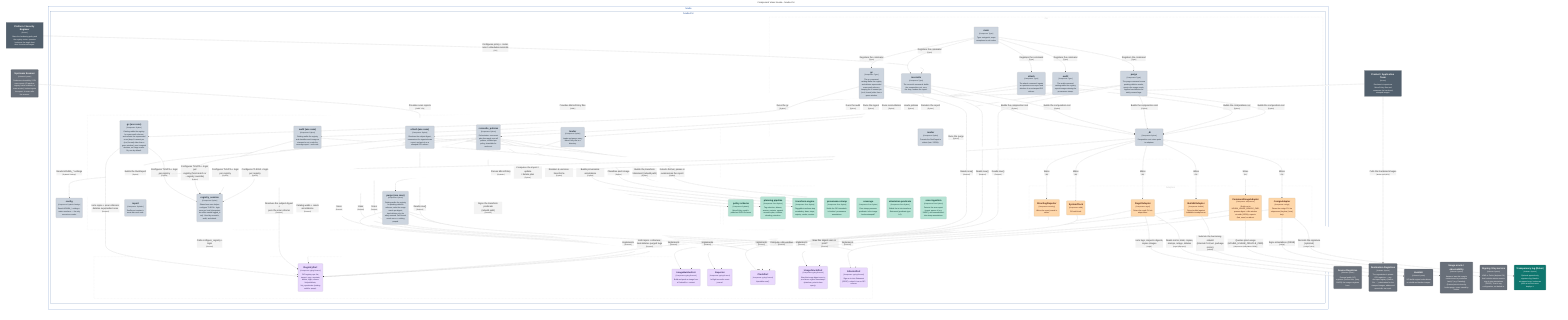
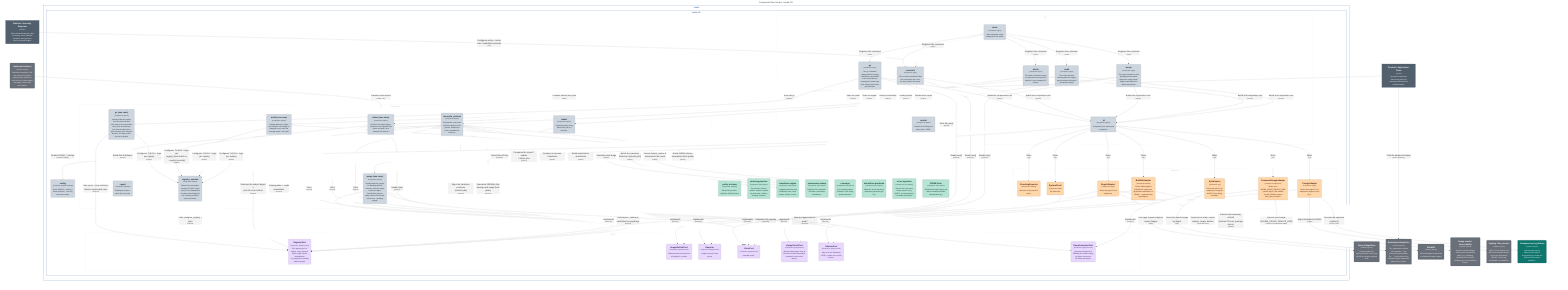
graph LR
  linkStyle default fill:#ffffff

  subgraph diagram ["Component View: houba - houba CLI"]
    style diagram fill:#ffffff,stroke:#ffffff

    1["<div style='font-weight: bold'>Platform / Security Engineer</div><div style='font-size: 70%; margin-top: 0px'>[Person]</div><div style='font-size: 80%; margin-top:10px'>Owns the hardening policy and<br />the registry roster; operates<br />houba as the single front<br />door for external images.</div>"]
    style 1 fill:#52606d,stroke:#39434c,color:#ffffff
    2["<div style='font-weight: bold'>Product / Application Team</div><div style='font-size: 70%; margin-top: 0px'>[Person]</div><div style='font-size: 80%; margin-top:10px'>Declares its imports as<br />MirrorPolicy files and<br />consumes the hardened,<br />stamped images.</div>"]
    style 2 fill:#52606d,stroke:#39434c,color:#ffffff

    44("<div style='font-weight: bold'>Source Registries</div><div style='font-size: 70%; margin-top: 0px'>[Software System]</div><div style='font-size: 80%; margin-top:10px'>External public OCI<br />registries (Docker Hub, Quay,<br />GHCR) the images originate<br />from.</div>")
    style 44 fill:#69707a,stroke:#494e55,color:#ffffff
    45("<div style='font-weight: bold'>Destination Registries</div><div style='font-size: 70%; margin-top: 0px'>[Software System]</div><div style='font-size: 80%; margin-top:10px'>The organization's private<br />OCI registries — any<br />dist-spec registry (Harbor,<br />Zot, …); destination for the<br />stamped images, addressed<br />generically via regctl.</div>")
    style 45 fill:#69707a,stroke:#494e55,color:#ffffff
    46("<div style='font-weight: bold'>BuildKit</div><div style='font-size: 70%; margin-top: 0px'>[Software System]</div><div style='font-size: 80%; margin-top:10px'>OCI build engine houba drives<br />to rebuild and harden images.</div>")
    style 46 fill:#69707a,stroke:#494e55,color:#ffffff
    50("<div style='font-weight: bold'>Usage oracle / observability</div><div style='font-size: 70%; margin-top: 0px'>[Software System]</div><div style='font-size: 80%; margin-top:10px'>Answers 'was this image's<br />content seen in production<br />lately?' (e.g. Datadog).<br />Queried point-in-time by<br />houba purge; never owned by<br />houba.</div>")
    style 50 fill:#69707a,stroke:#494e55,color:#ffffff
    51("<div style='font-weight: bold'>Signing / Key service</div><div style='font-size: 70%; margin-top: 0px'>[Software System]</div><div style='font-size: 80%; margin-top:10px'>KMS or Fulcio (keyless CA)<br />that houba's attestor uses to<br />sign in-toto attestations<br />(DSSE). Trust is org<br />configuration, not baked in.</div>")
    style 51 fill:#69707a,stroke:#494e55,color:#ffffff
    52("<div style='font-weight: bold'>Transparency log (Rekor)</div><div style='font-size: 70%; margin-top: 0px'>[Software System]</div><div style='font-size: 80%; margin-top:10px'>Optional append-only<br />signature log; blank in<br />air-gapped orgs. houba can<br />point at one but never<br />deploys it.</div>")
    style 52 fill:#0f766e,stroke:#0a524d,color:#ffffff
    53("<div style='font-weight: bold'>Upstream Scanner</div><div style='font-size: 70%; margin-top: 0px'>[Software System]</div><div style='font-size: 80%; margin-top:10px'>Produces vulnerability / EOL<br />scan reports (CI pipeline,<br />registry-native scanner, or<br />scan service). houba ingests<br />the report; it never calls<br />the scanner.</div>")
    style 53 fill:#69707a,stroke:#494e55,color:#ffffff

    subgraph 4 ["houba"]
      style 4 fill:#ffffff,stroke:#154da4,color:#154da4

      subgraph 5 ["houba CLI"]
        style 5 fill:#ffffff,stroke:#19458c,color:#19458c

        subgraph group1 ["Adapters"]
          style group1 fill:#ffffff,stroke:#cccccc,color:#cccccc,stroke-dasharray:5

          32("<div style='font-weight: bold'>RegctlAdapter</div><div style='font-size: 70%; margin-top: 0px'>[Component: regctl]</div><div style='font-size: 80%; margin-top:10px'>Drives the regctl CLI via<br />subprocess.</div>")
          style 32 fill:#fed7aa,stroke:#b19676,color:#4a1b0c
-           33("<div style='font-weight: bold'>BuildkitAdapter</div><div style='font-size: 70%; margin-top: 0px'>[Component: buildctl]</div><div style='font-size: 80%; margin-top:10px'>Drives buildctl against<br />buildkitd via subprocess.</div>")
+           33("<div style='font-weight: bold'>BuildkitAdapter</div><div style='font-size: 70%; margin-top: 0px'>[Component: buildctl]</div><div style='font-size: 80%; margin-top:10px'>Drives buildctl against<br />buildkitd via subprocess<br />(provenance attestation; no<br />SBOM — superseded by<br />SyftAdapter).</div>")
          style 33 fill:#fed7aa,stroke:#b19676,color:#4a1b0c
          34("<div style='font-weight: bold'>StructlogReporter</div><div style='font-size: 70%; margin-top: 0px'>[Component: structlog]</div><div style='font-size: 80%; margin-top:10px'>Writes the event journal to<br />stderr.</div>")
          style 34 fill:#fed7aa,stroke:#b19676,color:#4a1b0c
          35("<div style='font-weight: bold'>SystemClock</div><div style='font-size: 70%; margin-top: 0px'>[Component: stdlib]</div><div style='font-size: 80%; margin-top:10px'>OS wall clock.</div>")
          style 35 fill:#fed7aa,stroke:#b19676,color:#4a1b0c
          36("<div style='font-weight: bold'>CommandUsageAdapter</div><div style='font-size: 70%; margin-top: 0px'>[Component: subprocess]</div><div style='font-size: 80%; margin-top:10px'>Shells out to<br />HOUBA_USAGE_ORACLE_CMD;<br />passes digest + idle window<br />via stdin (JSON); expects<br />{last_seen} on stdout.</div>")
          style 36 fill:#fed7aa,stroke:#b19676,color:#4a1b0c
          37("<div style='font-weight: bold'>CosignAdapter</div><div style='font-size: 70%; margin-top: 0px'>[Component: cosign]</div><div style='font-size: 80%; margin-top:10px'>Drives the cosign CLI via<br />subprocess (keyless | kms |<br />key).</div>")
          style 37 fill:#fed7aa,stroke:#b19676,color:#4a1b0c
+           58("<div style='font-weight: bold'>SyftAdapter</div><div style='font-size: 70%; margin-top: 0px'>[Component: syft]</div><div style='font-size: 80%; margin-top:10px'>Drives the syft CLI via<br />subprocess; config-file<br />auth/TLS; lazy binary<br />resolution.</div>")
+           style 58 fill:#fed7aa,stroke:#b19676,color:#4a1b0c
        end

        subgraph group2 ["CLI"]
          style group2 fill:#ffffff,stroke:#cccccc,color:#cccccc,stroke-dasharray:5

          10("<div style='font-weight: bold'>attach</div><div style='font-size: 70%; margin-top: 0px'>[Component: Typer]</div><div style='font-size: 80%; margin-top:10px'>The attach command: ingests<br />an upstream scan report and<br />attaches it as a stamped OCI<br />referrer.</div>")
          style 10 fill:#cdd5df,stroke:#8f959c,color:#1f2933
          11("<div style='font-weight: bold'>render</div><div style='font-size: 70%; margin-top: 0px'>[Component: Python]</div><div style='font-size: 80%; margin-top:10px'>Formats the RunReport to<br />stdout (text / JSON).</div>")
          style 11 fill:#cdd5df,stroke:#8f959c,color:#1f2933
          12("<div style='font-weight: bold'>_di</div><div style='font-size: 70%; margin-top: 0px'>[Component: Python]</div><div style='font-size: 80%; margin-top:10px'>Composition root: wires ports<br />to adapters.</div>")
          style 12 fill:#cdd5df,stroke:#8f959c,color:#1f2933
          6("<div style='font-weight: bold'>main</div><div style='font-size: 70%; margin-top: 0px'>[Component: Typer]</div><div style='font-size: 80%; margin-top:10px'>Typer entrypoint; maps<br />exceptions to exit codes.</div>")
          style 6 fill:#cdd5df,stroke:#8f959c,color:#1f2933
          7("<div style='font-weight: bold'>reconcile</div><div style='font-size: 70%; margin-top: 0px'>[Component: Typer]</div><div style='font-size: 80%; margin-top:10px'>The reconcile command: builds<br />the composition root, runs<br />the loop, renders the report.</div>")
          style 7 fill:#cdd5df,stroke:#8f959c,color:#1f2933
          8("<div style='font-weight: bold'>purge</div><div style='font-size: 70%; margin-top: 0px'>[Component: Typer]</div><div style='font-size: 80%; margin-top:10px'>The purge command: scans<br />pending-deletion marks,<br />queries the usage oracle,<br />applies hard-deletes for<br />safely-unused tags.</div>")
          style 8 fill:#cdd5df,stroke:#8f959c,color:#1f2933
          9("<div style='font-weight: bold'>audit</div><div style='font-size: 70%; margin-top: 0px'>[Component: Typer]</div><div style='font-size: 80%; margin-top:10px'>The audit command:<br />catalog-walks the registry,<br />reports images missing the<br />provenance stamp.</div>")
          style 9 fill:#cdd5df,stroke:#8f959c,color:#1f2933
          55("<div style='font-weight: bold'>gc</div><div style='font-size: 70%; margin-top: 0px'>[Component: Typer]</div><div style='font-size: 80%; margin-top:10px'>The gc command:<br />catalog-walks the registry<br />and deletes superseded<br />scan-result referrers,<br />keeping the N newest per<br />(tool, format) older than a<br />grace window.</div>")
          style 55 fill:#cdd5df,stroke:#8f959c,color:#1f2933
        end

        subgraph group3 ["Domain (pure)"]
          style group3 fill:#ffffff,stroke:#cccccc,color:#cccccc,stroke-dasharray:5

          19("<div style='font-weight: bold'>policy schema</div><div style='font-size: 70%; margin-top: 0px'>[Component: Pydantic]</div><div style='font-size: 80%; margin-top:10px'>MirrorPolicy model +<br />published JSON Schema.</div>")
          style 19 fill:#b6e3d4,stroke:#7f9e94,color:#04342c
          20("<div style='font-weight: bold'>planning pipeline</div><div style='font-size: 70%; margin-top: 0px'>[Component: Pure Python]</div><div style='font-size: 80%; margin-top:10px'>Tag selection, aliases,<br />semver, variants, expand,<br />reconcile plan, collision,<br />sharding, retention.</div>")
          style 20 fill:#b6e3d4,stroke:#7f9e94,color:#04342c
          21("<div style='font-weight: bold'>transform engine</div><div style='font-size: 70%; margin-top: 0px'>[Component: Pure Python]</div><div style='font-size: 80%; margin-top:10px'>Pluggable transform-step<br />vocabulary: base, steps,<br />registry, render, version.</div>")
          style 21 fill:#b6e3d4,stroke:#7f9e94,color:#04342c
          22("<div style='font-weight: bold'>provenance stamp</div><div style='font-size: 70%; margin-top: 0px'>[Component: Pure Python]</div><div style='font-size: 80%; margin-top:10px'>Builds the OCI-standard +<br />io.houba.* provenance<br />annotations.</div>")
          style 22 fill:#b6e3d4,stroke:#7f9e94,color:#04342c
          23("<div style='font-weight: bold'>coverage</div><div style='font-size: 70%; margin-top: 0px'>[Component: Pure Python]</div><div style='font-size: 80%; margin-top:10px'>Pure stamp-presence<br />predicate: is the image<br />houba-stamped?</div>")
          style 23 fill:#b6e3d4,stroke:#7f9e94,color:#04342c
          24("<div style='font-weight: bold'>attestation predicate</div><div style='font-size: 70%; margin-top: 0px'>[Component: Pure Python]</div><div style='font-size: 80%; margin-top:10px'>Builds the in-toto transform<br />Statement (predicate type<br />/v1).</div>")
          style 24 fill:#b6e3d4,stroke:#7f9e94,color:#04342c
          25("<div style='font-weight: bold'>scan ingestion</div><div style='font-size: 70%; margin-top: 0px'>[Component: Pure Python]</div><div style='font-size: 80%; margin-top:10px'>Detects the scan-report<br />format, parses it (e.g.<br />SARIF), and summarizes it<br />into stamp annotations.</div>")
          style 25 fill:#b6e3d4,stroke:#7f9e94,color:#04342c
+           59("<div style='font-weight: bold'>SBOM facts</div><div style='font-size: 70%; margin-top: 0px'>[Component: Pure Python]</div><div style='font-size: 80%; margin-top:10px'>SBOM format media-types and<br />referrer annotation builder<br />(domain/sbom.py).</div>")
+           style 59 fill:#b6e3d4,stroke:#7f9e94,color:#04342c
        end

        subgraph group4 ["Ports"]
          style group4 fill:#ffffff,stroke:#cccccc,color:#cccccc,stroke-dasharray:5

          26("<div style='font-weight: bold'>RegistryPort</div><div style='font-size: 70%; margin-top: 0px'>[Component: typing.Protocol]</div><div style='font-size: 80%; margin-top:10px'>OCI registry ops: list,<br />inspect, copy, annotate,<br />delete, login, referrer<br />list/put/delete;<br />list_repositories (catalog<br />walk for purge).</div>")
          style 26 fill:#e9d8fd,stroke:#a397b1,color:#322659
          27("<div style='font-weight: bold'>ImageBuilderPort</div><div style='font-size: 70%; margin-top: 0px'>[Component: typing.Protocol]</div><div style='font-size: 80%; margin-top:10px'>Build and push an image from<br />a Dockerfile + context.</div>")
          style 27 fill:#e9d8fd,stroke:#a397b1,color:#322659
          28("<div style='font-weight: bold'>Reporter</div><div style='font-size: 70%; margin-top: 0px'>[Component: typing.Protocol]</div><div style='font-size: 80%; margin-top:10px'>In-flight reconcile event<br />journal.</div>")
          style 28 fill:#e9d8fd,stroke:#a397b1,color:#322659
          29("<div style='font-weight: bold'>ClockPort</div><div style='font-size: 70%; margin-top: 0px'>[Component: typing.Protocol]</div><div style='font-size: 80%; margin-top:10px'>Injectable now().</div>")
          style 29 fill:#e9d8fd,stroke:#a397b1,color:#322659
          30("<div style='font-weight: bold'>UsageOraclePort</div><div style='font-size: 70%; margin-top: 0px'>[Component: typing.Protocol]</div><div style='font-size: 80%; margin-top:10px'>Was this image digest seen in<br />prod since a given timestamp?<br />(stateless, point-in-time<br />query).</div>")
          style 30 fill:#e9d8fd,stroke:#a397b1,color:#322659
          31("<div style='font-weight: bold'>AttestorPort</div><div style='font-size: 70%; margin-top: 0px'>[Component: typing.Protocol]</div><div style='font-size: 80%; margin-top:10px'>Sign an in-toto Statement<br />(DSSE) + attach it as an OCI<br />referrer.</div>")
          style 31 fill:#e9d8fd,stroke:#a397b1,color:#322659
+           57("<div style='font-weight: bold'>SbomGeneratorPort</div><div style='font-size: 70%; margin-top: 0px'>[Component: typing.Protocol]</div><div style='font-size: 80%; margin-top:10px'>Generate package-level<br />SBOM(s) for a placed image<br />by digest; returns one<br />document per format.</div>")
+           style 57 fill:#e9d8fd,stroke:#a397b1,color:#322659
        end

        subgraph group5 ["Use cases"]
          style group5 fill:#ffffff,stroke:#cccccc,color:#cccccc,stroke-dasharray:5

          13("<div style='font-weight: bold'>loader</div><div style='font-size: 70%; margin-top: 0px'>[Component: Python]</div><div style='font-size: 80%; margin-top:10px'>Loads and parses every<br />MirrorPolicy file in a<br />directory.</div>")
          style 13 fill:#cdd5df,stroke:#8f959c,color:#1f2933
          14("<div style='font-weight: bold'>reconcile_policies</div><div style='font-size: 70%; margin-top: 0px'>[Component: Python]</div><div style='font-size: 80%; margin-top:10px'>Orchestrator: concurrent<br />plan-then-apply over all<br />policies, isolated per<br />policy, shardable for<br />scale-out.</div>")
          style 14 fill:#cdd5df,stroke:#8f959c,color:#1f2933
          15("<div style='font-weight: bold'>purge (use case)</div><div style='font-size: 70%; margin-top: 0px'>[Component: Python]</div><div style='font-size: 80%; margin-top:10px'>Catalog-walks the registry<br />for pending-deletion<br />referrers; asks the usage<br />oracle per digest;<br />hard-deletes only the<br />safely-unused. Fail-closed:<br />oracle error ⇒ nothing<br />purged.</div>")
          style 15 fill:#cdd5df,stroke:#8f959c,color:#1f2933
          16("<div style='font-weight: bold'>audit (use case)</div><div style='font-size: 70%; margin-top: 0px'>[Component: Python]</div><div style='font-size: 80%; margin-top:10px'>Catalog-walks the registry<br />and classifies each image as<br />stamped or not; emits the<br />coverage report + exit code.</div>")
          style 16 fill:#cdd5df,stroke:#8f959c,color:#1f2933
          17("<div style='font-weight: bold'>attach (use case)</div><div style='font-size: 70%; margin-top: 0px'>[Component: Python]</div><div style='font-size: 80%; margin-top:10px'>Resolves the subject digest,<br />summarizes the ingested scan<br />report, and puts it as a<br />stamped OCI referrer.</div>")
          style 17 fill:#cdd5df,stroke:#8f959c,color:#1f2933
          18("<div style='font-weight: bold'>report</div><div style='font-size: 70%; margin-top: 0px'>[Component: Pydantic]</div><div style='font-size: 80%; margin-top:10px'>RunReport contract +<br />worst-wins exit code.</div>")
          style 18 fill:#cdd5df,stroke:#8f959c,color:#1f2933
          54("<div style='font-weight: bold'>registry_session</div><div style='font-size: 70%; margin-top: 0px'>[Component: Python]</div><div style='font-size: 80%; margin-top:10px'>Shared use-case helper:<br />configure TLS/CA + login<br />once per host (idempotent<br />via caller-owned logged_in<br />set). Used by reconcile,<br />audit, and attach.</div>")
          style 54 fill:#cdd5df,stroke:#8f959c,color:#1f2933
          56("<div style='font-weight: bold'>gc (use case)</div><div style='font-size: 70%; margin-top: 0px'>[Component: Python]</div><div style='font-size: 80%; margin-top:10px'>Catalog-walks the registry<br />for scan-result referrers<br />and collects the superseded<br />ones (keep N newest per<br />(tool, format) older than a<br />grace window); pure temporal<br />decision, no usage oracle.<br />Dry-run by default.</div>")
          style 56 fill:#cdd5df,stroke:#8f959c,color:#1f2933
        end

        38("<div style='font-weight: bold'>config</div><div style='font-size: 70%; margin-top: 0px'>[Component: Pydantic Settings]</div><div style='font-size: 80%; margin-top:10px'>Reads HOUBA_* settings +<br />roster resolvers — the only<br />os.environ reader.</div>")
        style 38 fill:#cdd5df,stroke:#8f959c,color:#1f2933
      end

    end

    12-. "<div>Wires</div><div style='font-size: 70%'>[DI]</div>" .->34
    12-. "<div>Wires</div><div style='font-size: 70%'>[DI]</div>" .->35
    12-. "<div>Wires</div><div style='font-size: 70%'>[DI]</div>" .->36
    13-. "<div>Parses MirrorPolicy</div><div style='font-size: 70%'>[Pydantic]</div>" .->19
    14-. "<div>Builds the RunReport</div><div style='font-size: 70%'>[Python]</div>" .->18
    14-. "<div>Computes the import / update<br />/ delete plan</div><div style='font-size: 70%'>[Python]</div>" .->20
    14-. "<div>Renders & versions transforms</div><div style='font-size: 70%'>[Python]</div>" .->21
    14-. "<div>Builds provenance annotations</div><div style='font-size: 70%'>[Python]</div>" .->22
    14-. "<div>Uses</div><div style='font-size: 70%'>[Protocol]</div>" .->26
    14-. "<div>Uses</div><div style='font-size: 70%'>[Protocol]</div>" .->27
    14-. "<div>Uses</div><div style='font-size: 70%'>[Protocol]</div>" .->28
    15-. "<div>Lists repos + referrers;<br />hard-deletes purged tags</div><div style='font-size: 70%'>[Protocol]</div>" .->26
    15-. "<div>Was this digest seen in prod?</div><div style='font-size: 70%'>[Protocol]</div>" .->30
    15-. "<div>Computes idle window</div><div style='font-size: 70%'>[Protocol]</div>" .->29
    32-. "<div>Implements</div><div style='font-size: 70%'>[Protocol]</div>" .->26
    33-. "<div>Implements</div><div style='font-size: 70%'>[Protocol]</div>" .->27
    34-. "<div>Implements</div><div style='font-size: 70%'>[Protocol]</div>" .->28
    35-. "<div>Implements</div><div style='font-size: 70%'>[Protocol]</div>" .->29
    36-. "<div>Implements</div><div style='font-size: 70%'>[Protocol]</div>" .->30
    32-. "<div>Lists tags, inspects digests,<br />copies images</div><div style='font-size: 70%'>[regctl]</div>" .->44
    32-. "<div>Reads mirror state; copies,<br />stamps, retags, deletes</div><div style='font-size: 70%'>[regctl (dist-spec)]</div>" .->45
    33-. "<div>Submits the hardening rebuild<br />(internal CA trust, package<br />mirror)</div><div style='font-size: 70%'>[buildctl]</div>" .->46
    36-. "<div>Queries prod usage<br />(HOUBA_USAGE_ORACLE_CMD)</div><div style='font-size: 70%'>[subprocess (stdin/stdout JSON)]</div>" .->50
    14-. "<div>Builds the transform<br />Statement (rebuild path)</div><div style='font-size: 70%'>[Python]</div>" .->24
    14-. "<div>Signs the transform predicate<br />(rebuild path)</div><div style='font-size: 70%'>[Protocol]</div>" .->31
    12-. "<div>Wires</div><div style='font-size: 70%'>[DI]</div>" .->37
    37-. "<div>Implements</div><div style='font-size: 70%'>[Protocol]</div>" .->31
    37-. "<div>Signs attestations (DSSE)</div><div style='font-size: 70%'>[cosign]</div>" .->51
    37-. "<div>Records the signature<br />(optional)</div><div style='font-size: 70%'>[cosign / rekor]</div>" .->52
+     12-. "<div>Wires</div><div style='font-size: 70%'>[DI]</div>" .->58
+     58-. "<div>Implements</div><div style='font-size: 70%'>[Protocol]</div>" .->57
+     14-. "<div>Generates SBOM(s) after<br />placing each image (both<br />paths)</div><div style='font-size: 70%'>[Protocol]</div>" .->57
+     14-. "<div>Builds SBOM referrer<br />annotations (both paths)</div><div style='font-size: 70%'>[Python]</div>" .->59
+     58-. "<div>Scans the placed image<br />by digest</div><div style='font-size: 70%'>[syft]</div>" .->45
    2-. "<div>Pulls the hardened images</div><div style='font-size: 70%'>[docker pull (OCI)]</div>" .->45
    1-. "<div>Configures policy + roster,<br />runs / schedules reconcile</div><div style='font-size: 70%'>[CLI]</div>" .->7
    2-. "<div>Provides MirrorPolicy files</div><div style='font-size: 70%'>[YAML]</div>" .->13
    6-. "<div>Registers the command</div><div style='font-size: 70%'>[Typer]</div>" .->7
    6-. "<div>Registers the command</div><div style='font-size: 70%'>[Typer]</div>" .->8
    6-. "<div>Registers the command</div><div style='font-size: 70%'>[Typer]</div>" .->9
    6-. "<div>Registers the command</div><div style='font-size: 70%'>[Typer]</div>" .->10
    6-. "<div>Registers the command</div><div style='font-size: 70%'>[Typer]</div>" .->55
    9-. "<div>Builds the composition root</div><div style='font-size: 70%'>[Python]</div>" .->12
    9-. "<div>Runs the audit</div><div style='font-size: 70%'>[Python]</div>" .->16
    16-. "<div>Classifies each image</div><div style='font-size: 70%'>[Python]</div>" .->23
    16-. "<div>Catalog-walks + reads<br />annotations</div><div style='font-size: 70%'>[Protocol]</div>" .->26
    10-. "<div>Builds the composition root</div><div style='font-size: 70%'>[Python]</div>" .->12
    10-. "<div>Runs the ingest</div><div style='font-size: 70%'>[Python]</div>" .->17
    53-. "<div>Provides scan reports</div><div style='font-size: 70%'>[SARIF / file]</div>" .->17
    17-. "<div>Detects format, parses &<br />summarizes the report</div><div style='font-size: 70%'>[Python]</div>" .->25
    17-. "<div>Resolves the subject digest +<br />puts the scan referrer</div><div style='font-size: 70%'>[Protocol]</div>" .->26
    17-. "<div>Reads now()</div><div style='font-size: 70%'>[Protocol]</div>" .->29
    8-. "<div>Builds the composition root</div><div style='font-size: 70%'>[Python]</div>" .->12
    8-. "<div>Runs the purge</div><div style='font-size: 70%'>[Python]</div>" .->15
    8-. "<div>Reads now()</div><div style='font-size: 70%'>[Protocol]</div>" .->29
    7-. "<div>Builds the composition root</div><div style='font-size: 70%'>[Python]</div>" .->12
    7-. "<div>Loads policies</div><div style='font-size: 70%'>[Python]</div>" .->13
    7-. "<div>Runs reconciliation</div><div style='font-size: 70%'>[Python]</div>" .->14
    7-. "<div>Renders the report</div><div style='font-size: 70%'>[Python]</div>" .->11
    7-. "<div>Reads now()</div><div style='font-size: 70%'>[Protocol]</div>" .->29
    12-. "<div>Reads HOUBA_* settings</div><div style='font-size: 70%'>[Pydantic Settings]</div>" .->38
    12-. "<div>Wires</div><div style='font-size: 70%'>[DI]</div>" .->32
    12-. "<div>Wires</div><div style='font-size: 70%'>[DI]</div>" .->33
    14-. "<div>Configures TLS/CA + login<br />per registry</div><div style='font-size: 70%'>[Python]</div>" .->54
    16-. "<div>Configures TLS/CA + login<br />per registry</div><div style='font-size: 70%'>[Python]</div>" .->54
    17-. "<div>Configures TLS/CA + login per<br />registry (host-match or<br />--registry override)</div><div style='font-size: 70%'>[Python]</div>" .->54
    54-. "<div>Calls configure_registry +<br />login</div><div style='font-size: 70%'>[Protocol]</div>" .->26
    55-. "<div>Builds the composition root</div><div style='font-size: 70%'>[Python]</div>" .->12
    55-. "<div>Runs the gc</div><div style='font-size: 70%'>[Python]</div>" .->56
    55-. "<div>Reads now()</div><div style='font-size: 70%'>[Protocol]</div>" .->29
    56-. "<div>Lists repos + scan referrers;<br />deletes superseded ones</div><div style='font-size: 70%'>[Protocol]</div>" .->26
    56-. "<div>Configures TLS/CA + login<br />per registry</div><div style='font-size: 70%'>[Python]</div>" .->54

  end